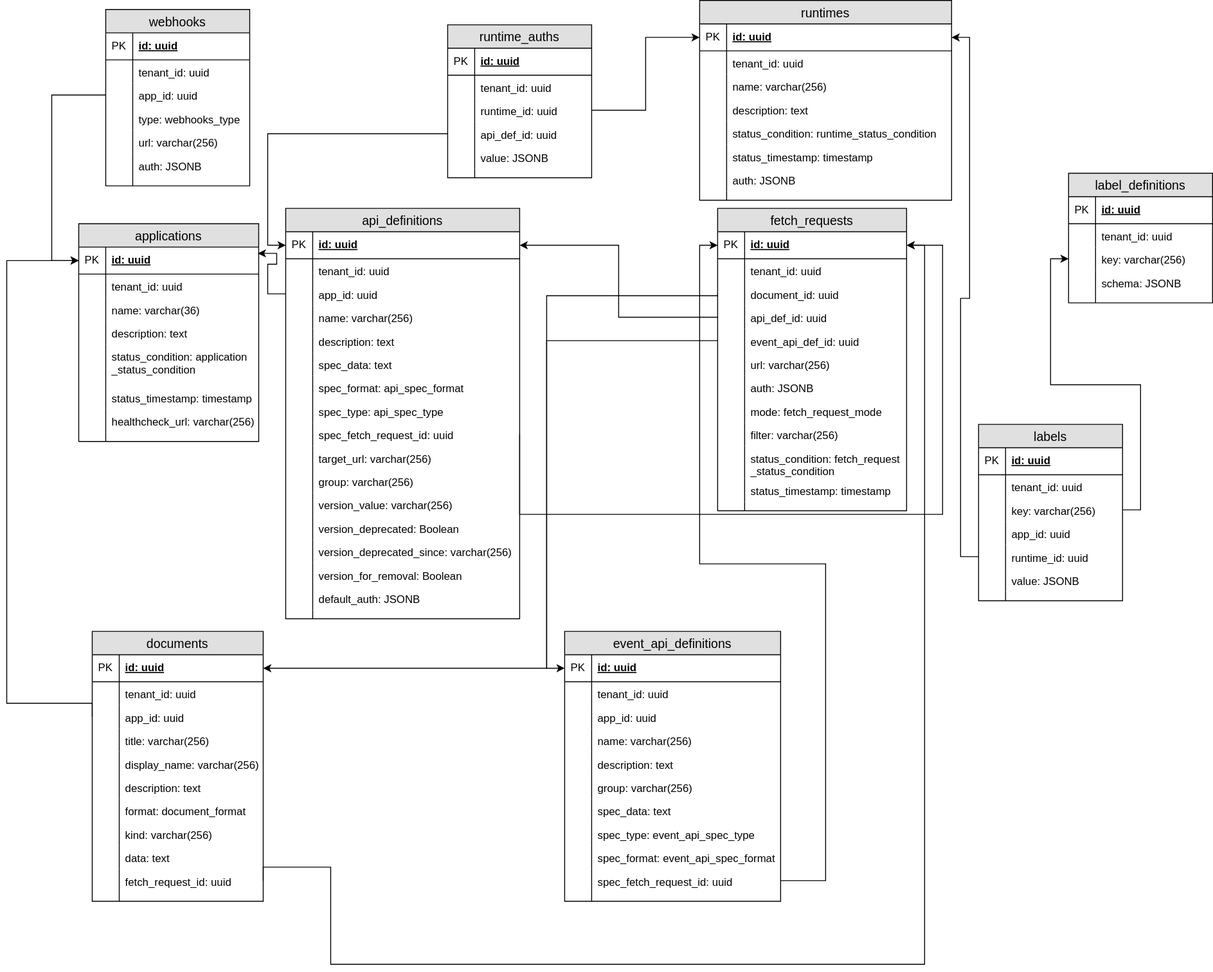
Above: docs/architecture/assets/entity_diagram.svg in kyma-incubator/compass (draw.io), before the change. Source tidied: cells renumbered, new cells last; positions are measured from the earlier drawing's top-left corner, leaving out a move shared by most shapes.
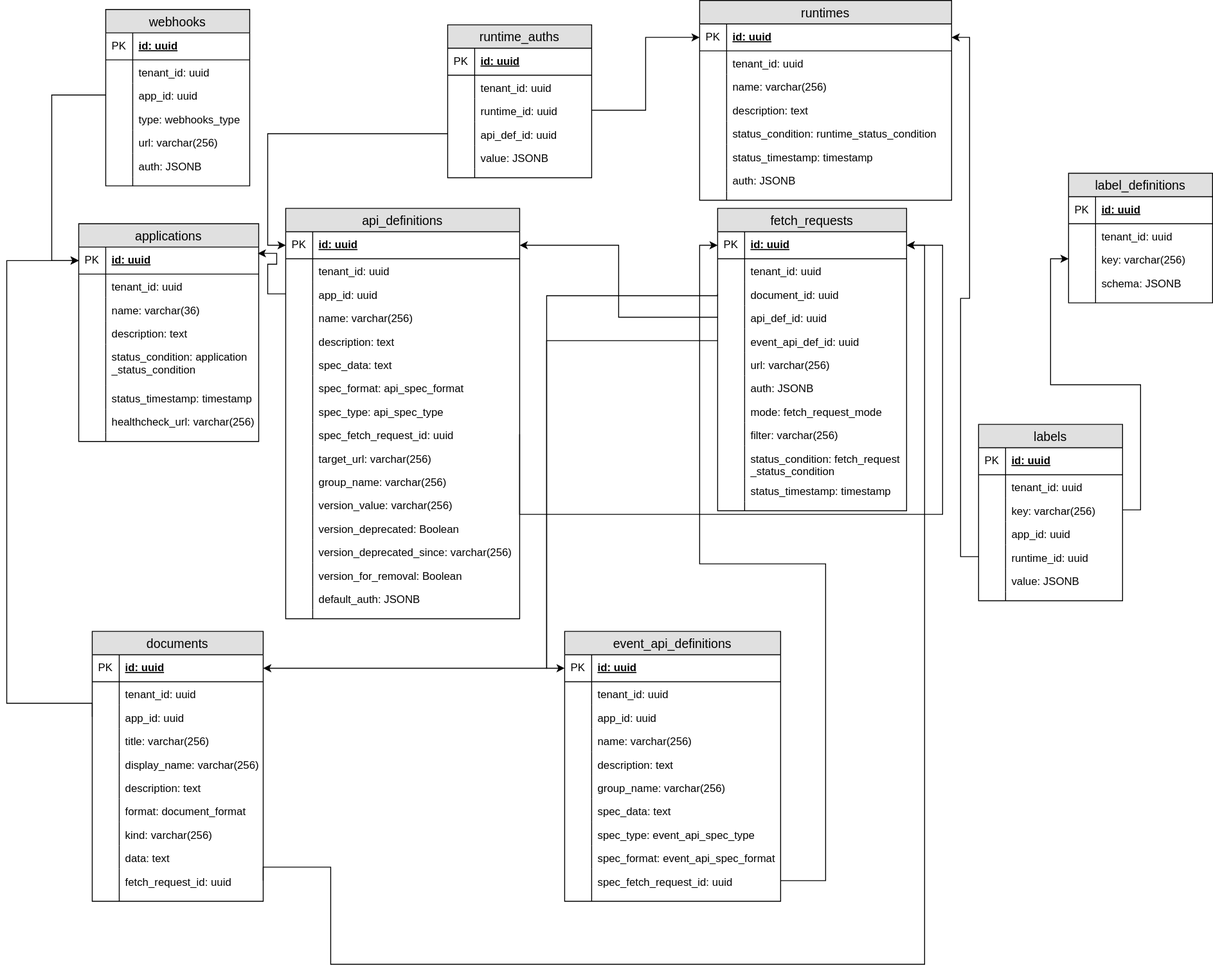
After the commit.

The edit, as a diff of the source:
```diff
@@ -275,7 +275,7 @@
     <mxCell id="92" style="shape=partialRectangle;top=0;left=0;bottom=0;fillColor=none;align=left;verticalAlign=top;spacingLeft=4;spacingRight=4;overflow=hidden;fontSize=12;" parent="91" vertex="1">
       <mxGeometry width="30" height="26" as="geometry" />
     </mxCell>
-    <mxCell id="93" value="group: varchar(256)" style="shape=partialRectangle;top=0;left=0;right=0;bottom=0;align=left;verticalAlign=top;fillColor=none;spacingLeft=34;spacingRight=4;overflow=hidden;fontSize=12;" parent="72" vertex="1">
+    <mxCell id="93" value="group_name: varchar(256)" style="shape=partialRectangle;top=0;left=0;right=0;bottom=0;align=left;verticalAlign=top;fillColor=none;spacingLeft=34;spacingRight=4;overflow=hidden;fontSize=12;" parent="72" vertex="1">
       <mxGeometry y="290" width="260" height="26" as="geometry" />
     </mxCell>
     <mxCell id="94" style="shape=partialRectangle;top=0;left=0;bottom=0;fillColor=none;align=left;verticalAlign=top;spacingLeft=4;spacingRight=4;overflow=hidden;fontSize=12;" parent="93" vertex="1">
@@ -350,7 +350,7 @@
     <mxCell id="117" style="shape=partialRectangle;top=0;left=0;bottom=0;fillColor=none;align=left;verticalAlign=top;spacingLeft=4;spacingRight=4;overflow=hidden;fontSize=12;" parent="116" vertex="1">
       <mxGeometry width="30" height="26" as="geometry" />
     </mxCell>
-    <mxCell id="118" value="group: varchar(256)" style="shape=partialRectangle;top=0;left=0;right=0;bottom=0;align=left;verticalAlign=top;fillColor=none;spacingLeft=34;spacingRight=4;overflow=hidden;fontSize=12;" parent="107" vertex="1">
+    <mxCell id="118" value="group_name: varchar(256)" style="shape=partialRectangle;top=0;left=0;right=0;bottom=0;align=left;verticalAlign=top;fillColor=none;spacingLeft=34;spacingRight=4;overflow=hidden;fontSize=12;" parent="107" vertex="1">
       <mxGeometry y="160" width="240" height="26" as="geometry" />
     </mxCell>
     <mxCell id="119" style="shape=partialRectangle;top=0;left=0;bottom=0;fillColor=none;align=left;verticalAlign=top;spacingLeft=4;spacingRight=4;overflow=hidden;fontSize=12;" parent="118" vertex="1">
```
